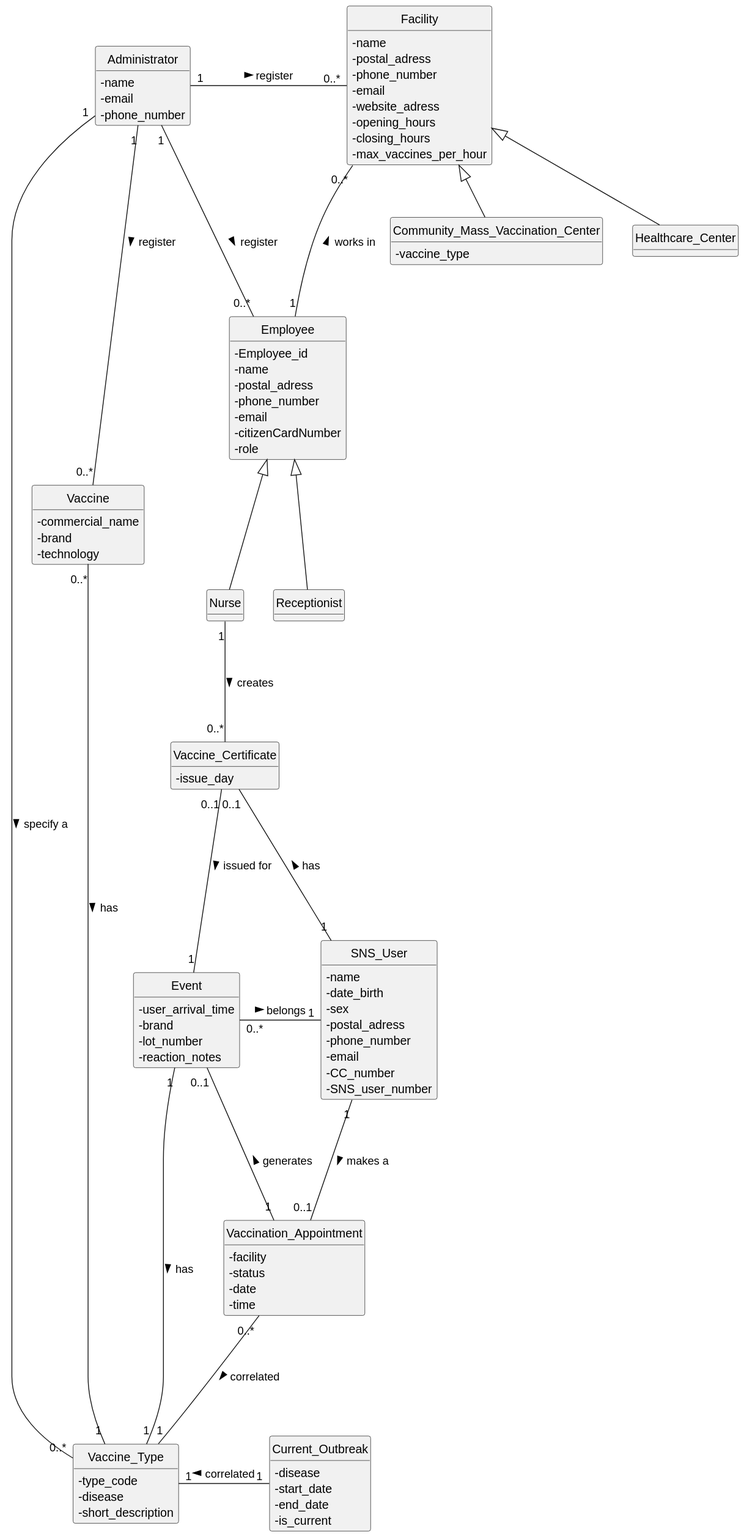
Earlier version of the PlantUML export docs/system-documentation/global-artifacts/svg/DM.svg (Parafita123/leti-esoft-25-26-B1).
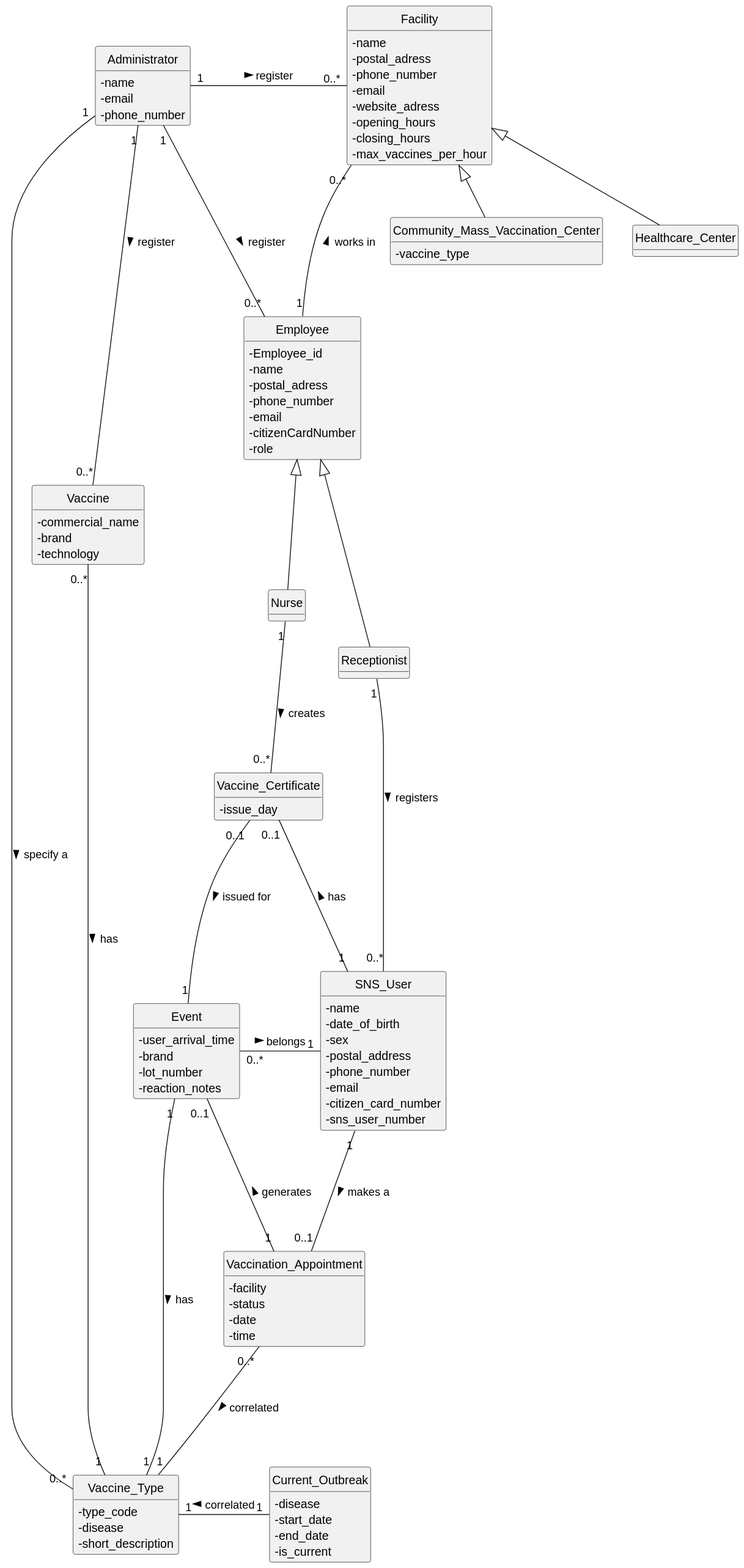
Above is the later version.

Change to the diagram source:
```diff
@@ -41,13 +41,13 @@
 
 class SNS_User {
     - name
-    - date_birth
+    - date_of_birth
     - sex
-    - postal_adress
+    - postal_address
     - phone_number
     - email
-    - CC_number
-    - SNS_user_number
+    - citizen_card_number
+    - sns_user_number
 }
 
 
@@ -78,6 +78,7 @@
 }
 
 class Receptionist {
+
 
 }
 
@@ -116,7 +117,7 @@
 
 SNS_User "1" -down-- "0..1" Vaccination_Appointment: makes a >
 
-
+Receptionist "1" -right-- "0..*" SNS_User: registers >
 
 Current_Outbreak "1" -left-- "1" Vaccine_Type: correlated >
 
```
